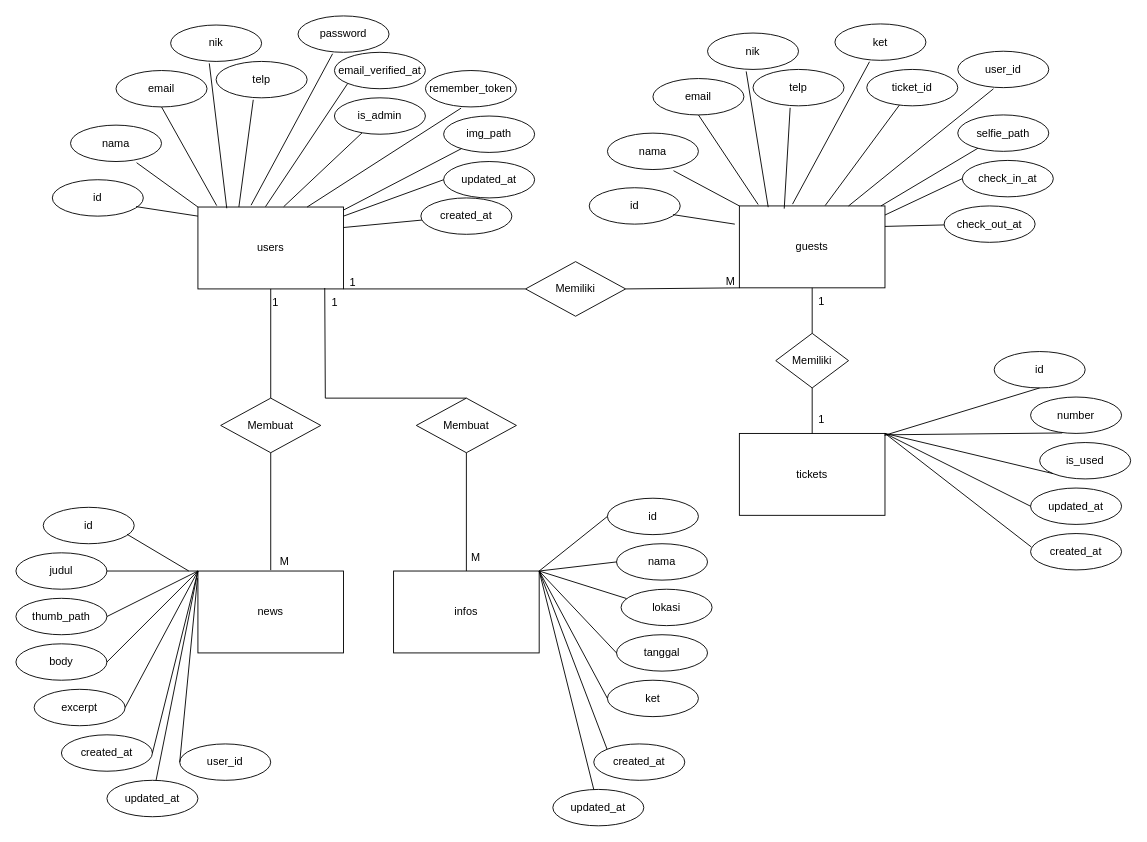
Above: page "Page-1" (1 of 3) of gambar gambar/Rancang bangun interface.drawio in dzreexx/Full-files-skripsi (draw.io), before the change. Source tidied: cells renumbered, new cells numbered last; positions are measured from the earlier drawing's top-left corner, leaving out a move shared by most shapes. Both pictures are drawn from the tidied source at 91%, with x=0, y=0 at pixel (15, 15).
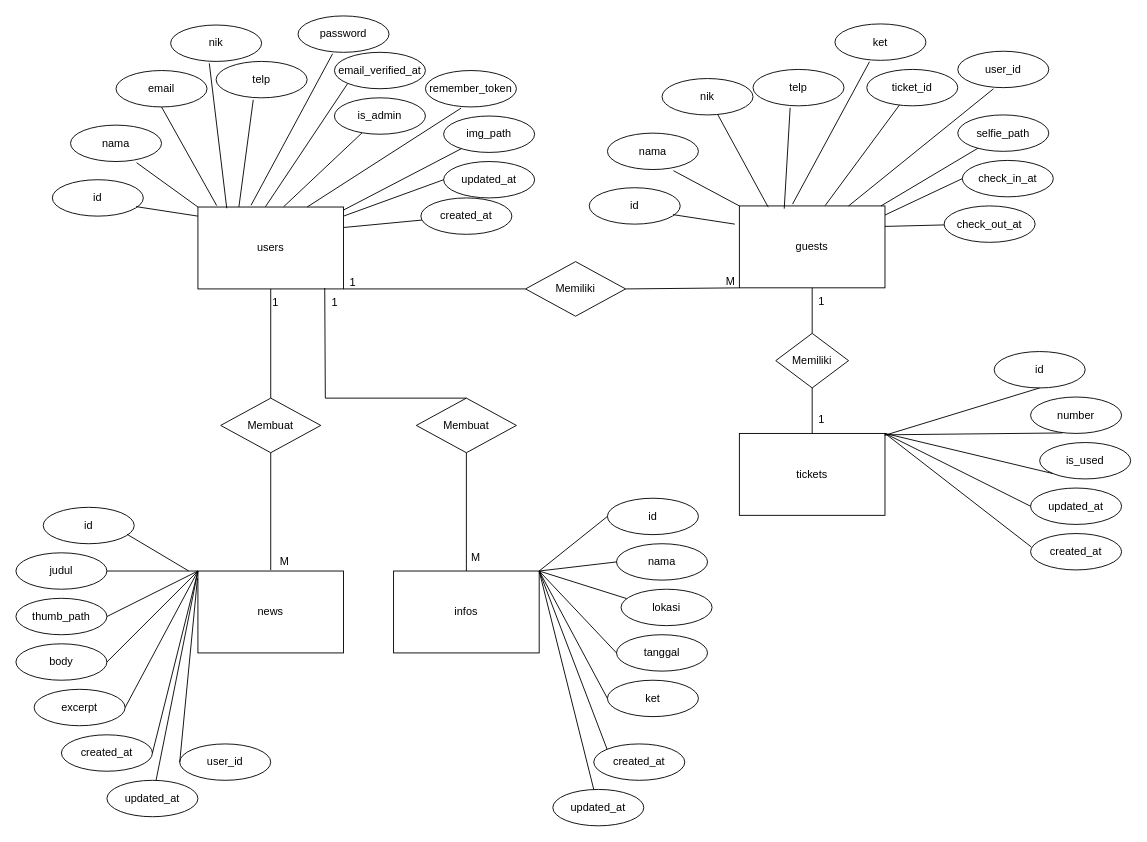
After the change.

Unchanged cells that the change refers to:
```xml
<mxCell id="29" value="guests" style="whiteSpace=wrap;html=1;align=center;" parent="1" vertex="1">
  <mxGeometry x="795" y="208.8" width="160" height="90" as="geometry" />
</mxCell>
```

Change to the diagram source:
```diff
@@
-    <mxCell id="31" value="email" style="ellipse;whiteSpace=wrap;html=1;align=center;" parent="1" vertex="1">
-      <mxGeometry x="700" y="68.8" width="100" height="40" as="geometry" />
-    </mxCell>
@@
     <mxCell id="34" value="nik" style="ellipse;whiteSpace=wrap;html=1;align=center;" parent="1" vertex="1">
-      <mxGeometry x="760" y="18.8" width="100" height="40" as="geometry" />
+      <mxGeometry x="710" y="68.8" width="100" height="40" as="geometry" />
     </mxCell>
@@
-    <mxCell id="41" style="endArrow=none;html=1;rounded=0;entryX=0.5;entryY=1;entryDx=0;entryDy=0;exitX=0.129;exitY=-0.017;exitDx=0;exitDy=0;exitPerimeter=0;" parent="1" edge="1" source="29" target="31">
-      <mxGeometry relative="1" as="geometry" />
-    </mxCell>
@@
-    <mxCell id="44" style="endArrow=none;html=1;rounded=0;entryX=0.425;entryY=1.054;entryDx=0;entryDy=0;exitX=0.198;exitY=0.015;exitDx=0;exitDy=0;exitPerimeter=0;entryPerimeter=0;" parent="1" edge="1" source="29" target="34">
+    <mxCell id="44" style="endArrow=none;html=1;rounded=0;entryX=0.61;entryY=0.98;entryDx=0;entryDy=0;exitX=0.198;exitY=0.015;exitDx=0;exitDy=0;exitPerimeter=0;entryPerimeter=0;" parent="1" edge="1" source="29" target="34">
       <mxGeometry relative="1" as="geometry" />
     </mxCell>
```
